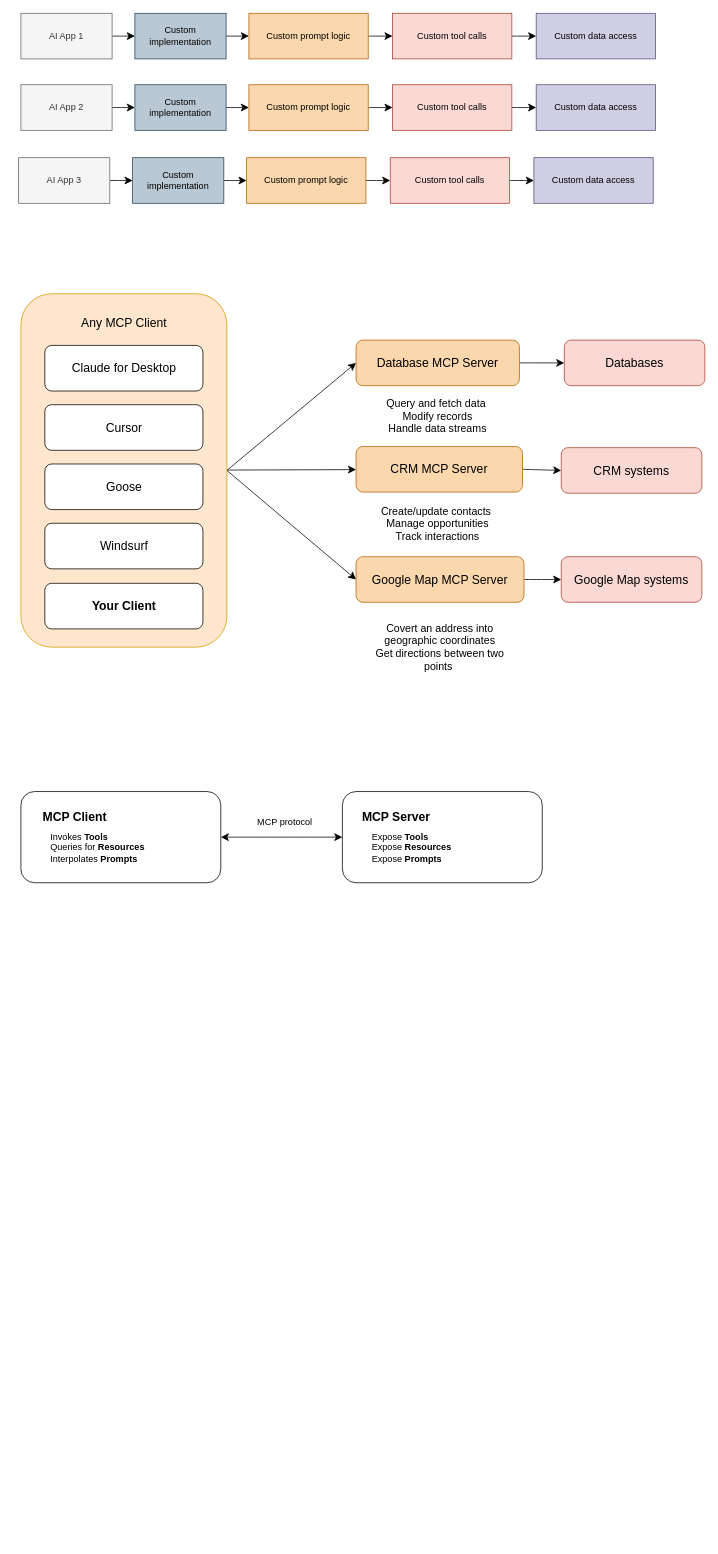
Above: MCP.drawio in YChaoWang/techblog_factory (draw.io), before the change. Source tidied: cells renumbered, new cells numbered last; positions are measured from the earlier drawing's top-left corner, leaving out a move shared by most shapes. Both pictures are drawn from the tidied source at 76%, with x=0, y=0 at pixel (18, 13).
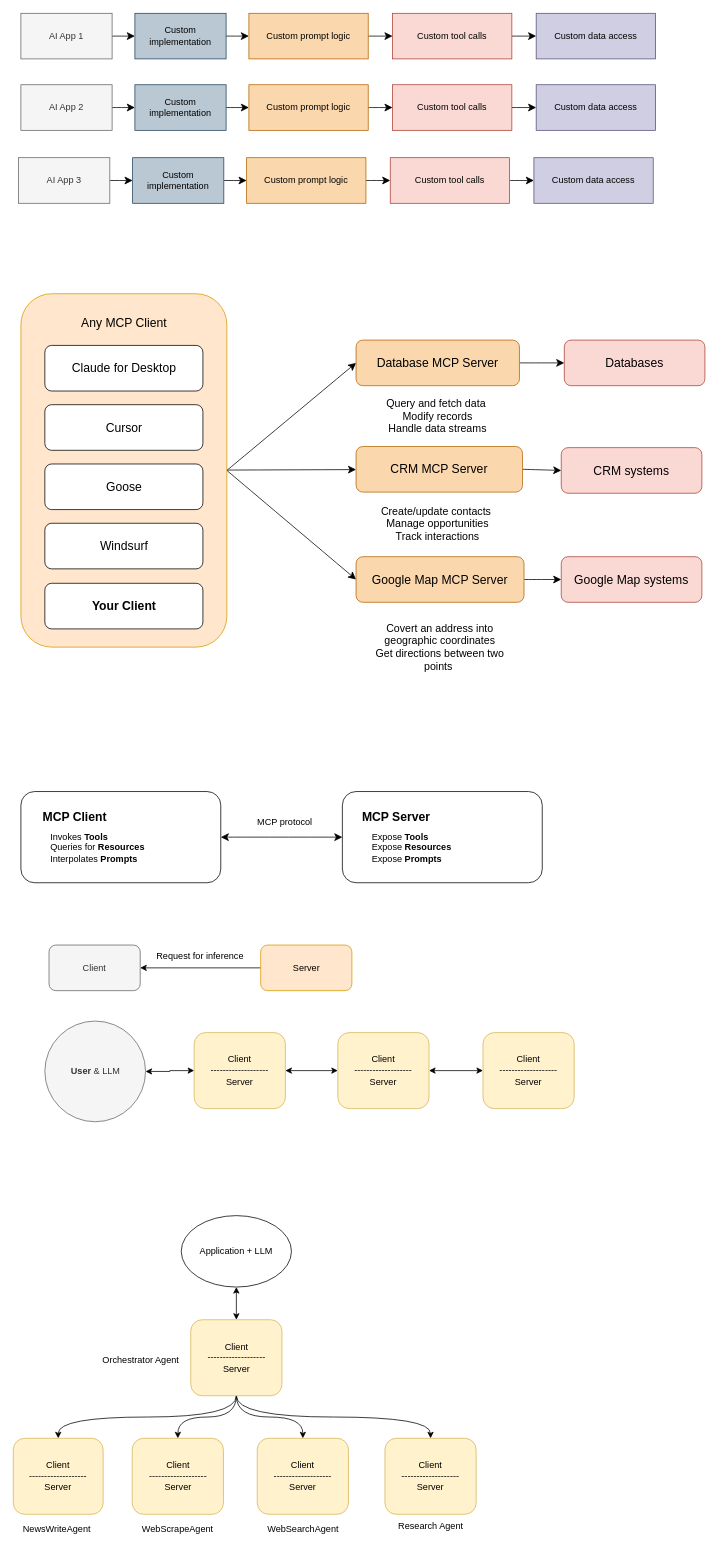
The same page after the edit.

Change to the diagram source:
```diff
@@
+    <mxCell id="59" style="edgeStyle=orthogonalEdgeStyle;rounded=0;jettySize=auto;html=1;startArrow=classic;startFill=1;" parent="1" edge="1" source="60" target="62">
+      <mxGeometry relative="1" as="geometry" />
+    </mxCell>
+    <mxCell id="60" value="&lt;b&gt;User&lt;/b&gt; &amp;amp; LLM" style="ellipse;whiteSpace=wrap;html=1;fillColor=#f5f5f5;fontColor=#333333;strokeColor=#666666;" parent="1" vertex="1">
+      <mxGeometry x="34.5" y="1326" width="132.5" height="132.5" as="geometry" />
+    </mxCell>
+    <mxCell id="61" style="edgeStyle=orthogonalEdgeStyle;rounded=0;jettySize=auto;html=1;startArrow=classic;startFill=1;" parent="1" edge="1" source="62" target="64">
+      <mxGeometry relative="1" as="geometry" />
+    </mxCell>
+    <mxCell id="62" value="Client&lt;div&gt;-------------------&lt;/div&gt;&lt;div&gt;Server&lt;/div&gt;" style="rounded=1;whiteSpace=wrap;html=1;fillColor=#fff2cc;strokeColor=#d6b656;" parent="1" vertex="1">
+      <mxGeometry x="231" y="1341.2" width="120" height="100" as="geometry" />
+    </mxCell>
+    <mxCell id="63" style="edgeStyle=orthogonalEdgeStyle;rounded=0;jettySize=auto;html=1;startArrow=classic;startFill=1;" parent="1" edge="1" source="64" target="65">
+      <mxGeometry relative="1" as="geometry" />
+    </mxCell>
+    <mxCell id="64" value="Client&lt;div&gt;-------------------&lt;/div&gt;&lt;div&gt;Server&lt;/div&gt;" style="rounded=1;whiteSpace=wrap;html=1;fillColor=#fff2cc;strokeColor=#d6b656;" parent="1" vertex="1">
+      <mxGeometry x="420" y="1341.2" width="120" height="100" as="geometry" />
+    </mxCell>
+    <mxCell id="65" value="Client&lt;div&gt;-------------------&lt;/div&gt;&lt;div&gt;Server&lt;/div&gt;" style="rounded=1;whiteSpace=wrap;html=1;fillColor=#fff2cc;strokeColor=#d6b656;" parent="1" vertex="1">
+      <mxGeometry x="611" y="1341.2" width="120" height="100" as="geometry" />
+    </mxCell>
+    <mxCell id="66" value="Client" style="rounded=1;whiteSpace=wrap;html=1;fillColor=#f5f5f5;fontColor=#333333;strokeColor=#666666;" parent="1" vertex="1">
+      <mxGeometry x="40" y="1226" width="120" height="60" as="geometry" />
+    </mxCell>
+    <mxCell id="67" style="edgeStyle=orthogonalEdgeStyle;rounded=0;jettySize=auto;html=1;entryX=1;entryY=0.5;entryDx=0;entryDy=0;" parent="1" edge="1" source="68" target="66">
+      <mxGeometry relative="1" as="geometry" />
+    </mxCell>
+    <mxCell id="68" value="Server" style="rounded=1;whiteSpace=wrap;html=1;fillColor=#ffe6cc;strokeColor=#d79b00;" parent="1" vertex="1">
+      <mxGeometry x="318.5" y="1226" width="120" height="60" as="geometry" />
+    </mxCell>
+    <mxCell id="69" value="Request for inference" style="text;html=1;align=center;verticalAlign=middle;whiteSpace=wrap;rounded=0;" parent="1" vertex="1">
+      <mxGeometry x="171" y="1226" width="136" height="30" as="geometry" />
+    </mxCell>
+    <mxCell id="70" style="edgeStyle=orthogonalEdgeStyle;rounded=0;jettySize=auto;html=1;startArrow=classic;startFill=1;" parent="1" edge="1" source="71" target="76">
+      <mxGeometry relative="1" as="geometry" />
+    </mxCell>
+    <mxCell id="71" value="Application + LLM" style="ellipse;whiteSpace=wrap;html=1;" parent="1" vertex="1">
+      <mxGeometry x="214" y="1582" width="145" height="94" as="geometry" />
+    </mxCell>
+    <mxCell id="72" style="edgeStyle=orthogonalEdgeStyle;rounded=0;jettySize=auto;html=1;entryX=0.5;entryY=0;entryDx=0;entryDy=0;curved=1;exitX=0.5;exitY=1;exitDx=0;exitDy=0;" parent="1" edge="1" source="76" target="77">
+      <mxGeometry relative="1" as="geometry" />
+    </mxCell>
+    <mxCell id="73" style="edgeStyle=orthogonalEdgeStyle;rounded=0;jettySize=auto;html=1;entryX=0.5;entryY=0;entryDx=0;entryDy=0;curved=1;exitX=0.5;exitY=1;exitDx=0;exitDy=0;" parent="1" edge="1" source="76" target="79">
+      <mxGeometry relative="1" as="geometry" />
+    </mxCell>
+    <mxCell id="74" style="edgeStyle=orthogonalEdgeStyle;rounded=0;jettySize=auto;html=1;entryX=0.5;entryY=0;entryDx=0;entryDy=0;curved=1;exitX=0.5;exitY=1;exitDx=0;exitDy=0;" parent="1" edge="1" source="76" target="82">
+      <mxGeometry relative="1" as="geometry" />
+    </mxCell>
+    <mxCell id="75" style="edgeStyle=orthogonalEdgeStyle;rounded=0;jettySize=auto;html=1;curved=1;" parent="1" edge="1" source="76" target="78">
+      <mxGeometry relative="1" as="geometry" />
+    </mxCell>
+    <mxCell id="76" value="Client&lt;div&gt;-------------------&lt;/div&gt;&lt;div&gt;Server&lt;/div&gt;" style="rounded=1;whiteSpace=wrap;html=1;fillColor=#fff2cc;strokeColor=#d6b656;" parent="1" vertex="1">
+      <mxGeometry x="226.5" y="1719" width="120" height="100" as="geometry" />
+    </mxCell>
+    <mxCell id="77" value="Client&lt;div&gt;-------------------&lt;/div&gt;&lt;div&gt;Server&lt;/div&gt;" style="rounded=1;whiteSpace=wrap;html=1;fillColor=#fff2cc;strokeColor=#d6b656;" parent="1" vertex="1">
+      <mxGeometry x="482" y="1875" width="120" height="100" as="geometry" />
+    </mxCell>
+    <mxCell id="78" value="Client&lt;div&gt;-------------------&lt;/div&gt;&lt;div&gt;Server&lt;/div&gt;" style="rounded=1;whiteSpace=wrap;html=1;fillColor=#fff2cc;strokeColor=#d6b656;" parent="1" vertex="1">
+      <mxGeometry x="149.5" y="1875" width="120" height="100" as="geometry" />
+    </mxCell>
+    <mxCell id="79" value="Client&lt;div&gt;-------------------&lt;/div&gt;&lt;div&gt;Server&lt;/div&gt;" style="rounded=1;whiteSpace=wrap;html=1;fillColor=#fff2cc;strokeColor=#d6b656;" parent="1" vertex="1">
+      <mxGeometry x="-7" y="1875" width="118.2" height="100" as="geometry" />
+    </mxCell>
+    <mxCell id="80" value="Research Agent" style="text;html=1;align=center;verticalAlign=middle;whiteSpace=wrap;rounded=0;" parent="1" vertex="1">
+      <mxGeometry x="493.5" y="1976" width="97" height="30" as="geometry" />
+    </mxCell>
+    <mxCell id="81" value="WebScrapeAgent" style="text;html=1;align=center;verticalAlign=middle;whiteSpace=wrap;rounded=0;" parent="1" vertex="1">
+      <mxGeometry x="161" y="1980" width="97" height="30" as="geometry" />
+    </mxCell>
+    <mxCell id="82" value="Client&lt;div&gt;-------------------&lt;/div&gt;&lt;div&gt;Server&lt;/div&gt;" style="rounded=1;whiteSpace=wrap;html=1;fillColor=#fff2cc;strokeColor=#d6b656;" parent="1" vertex="1">
+      <mxGeometry x="314" y="1875" width="120" height="100" as="geometry" />
+    </mxCell>
+    <mxCell id="83" value="WebSearchAgent" style="text;html=1;align=center;verticalAlign=middle;whiteSpace=wrap;rounded=0;" parent="1" vertex="1">
+      <mxGeometry x="325.5" y="1980" width="97" height="30" as="geometry" />
+    </mxCell>
+    <mxCell id="84" value="Orchestrator Agent" style="text;html=1;align=center;verticalAlign=middle;whiteSpace=wrap;rounded=0;" parent="1" vertex="1">
+      <mxGeometry x="101" y="1757" width="120" height="30" as="geometry" />
+    </mxCell>
+    <mxCell id="85" value="NewsWriteAgent" style="text;html=1;align=center;verticalAlign=middle;whiteSpace=wrap;rounded=0;" parent="1" vertex="1">
+      <mxGeometry x="1.8" y="1980" width="97" height="30" as="geometry" />
+    </mxCell>
```
